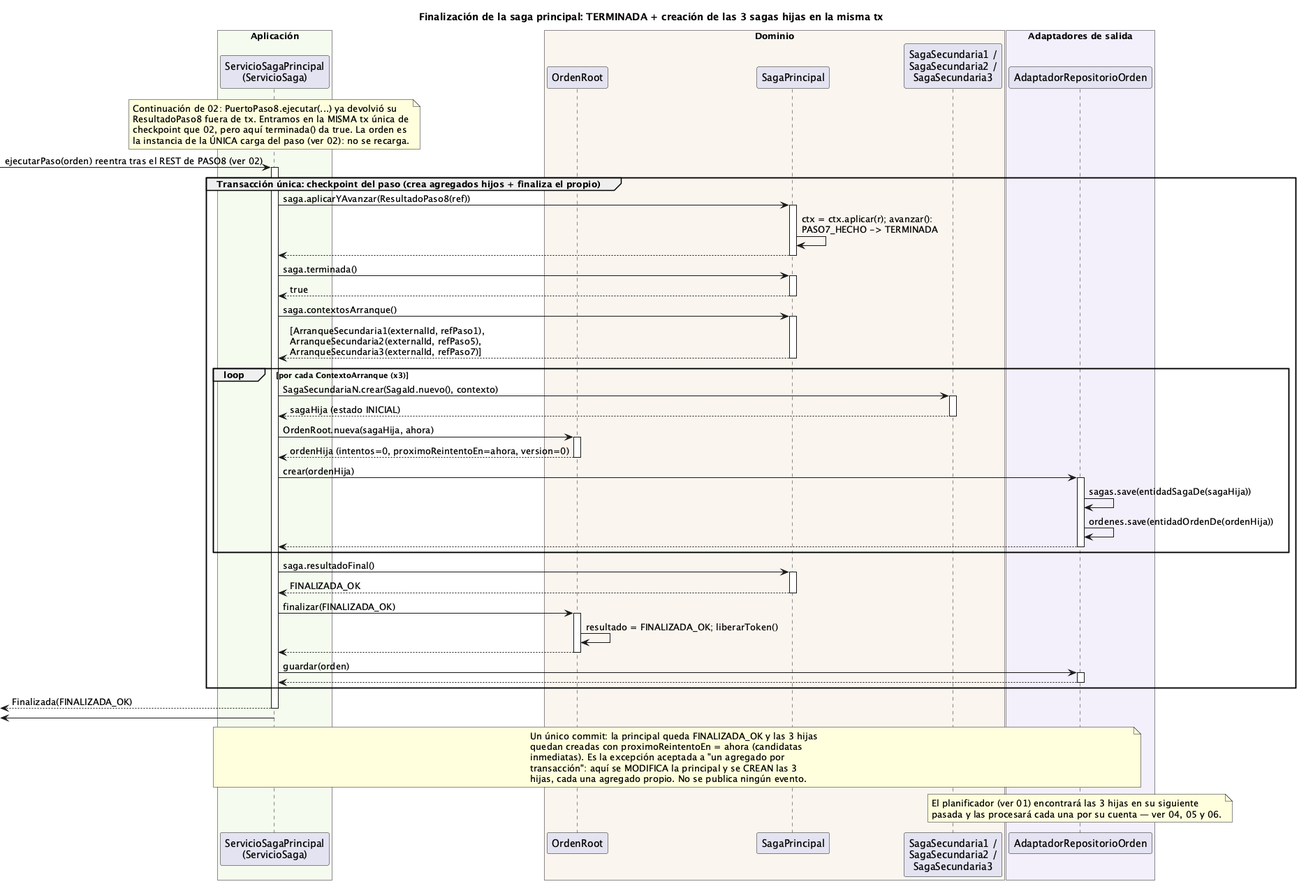
Above: order-manager/docs/03-finalizacion-saga-principal.png in ralcazar/patrones (PlantUML), before the change.
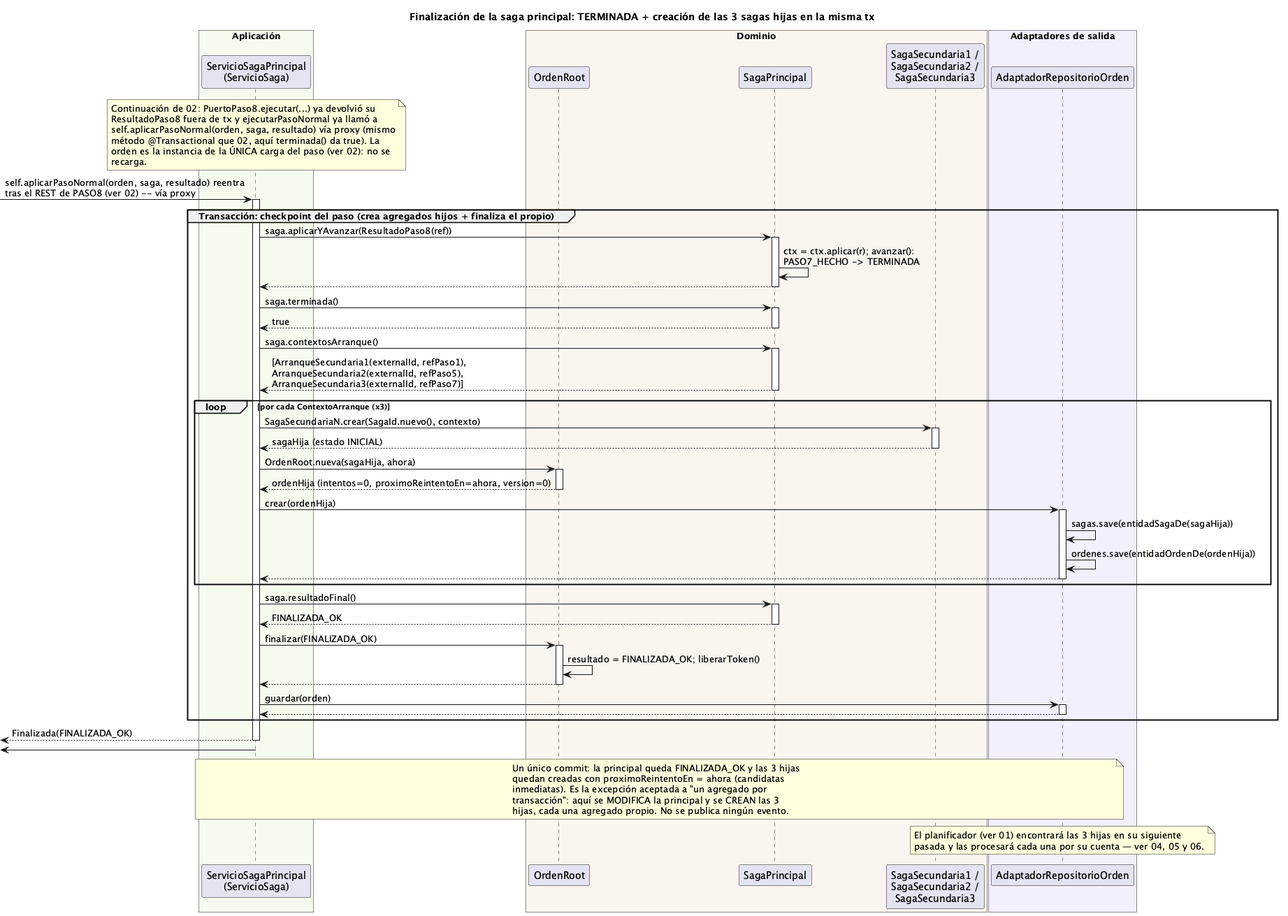
The same diagram one commit later.

Diff of the diagram source:
```diff
@@ -1,4 +1,5 @@
 @startuml 03-finalizacion-saga-principal
+!pragma layout smetana
 title Finalización de la saga principal: TERMINADA + creación de las 3 sagas hijas en la misma tx
 
 box "Aplicación" #F5FBEF
@@ -15,15 +16,17 @@
 
 note over ORQ
   Continuación de 02: PuertoPaso8.ejecutar(...) ya devolvió su
-  ResultadoPaso8 fuera de tx. Entramos en la MISMA tx única de
-  checkpoint que 02, pero aquí terminada() da true. La orden es
-  la instancia de la ÚNICA carga del paso (ver 02): no se recarga.
+  ResultadoPaso8 fuera de tx y ejecutarPasoNormal ya llamó a
+  self.aplicarPasoNormal(orden, saga, resultado) vía proxy (mismo
+  método @Transactional que 02, aquí terminada() da true). La
+  orden es la instancia de la ÚNICA carga del paso (ver 02): no se
+  recarga.
 end note
 
-[-> ORQ : ejecutarPaso(orden) reentra tras el REST de PASO8 (ver 02)
+[-> ORQ : self.aplicarPasoNormal(orden, saga, resultado) reentra\ntras el REST de PASO8 (ver 02) -- vía proxy
 activate ORQ
 
-group Transacción única: checkpoint del paso (crea agregados hijos + finaliza el propio)
+group Transacción: checkpoint del paso (crea agregados hijos + finaliza el propio)
   ORQ -> SAGA ++ : saga.aplicarYAvanzar(ResultadoPaso8(ref))
   SAGA -> SAGA : ctx = ctx.aplicar(r); avanzar():\nPASO7_HECHO -> TERMINADA
   return
```
